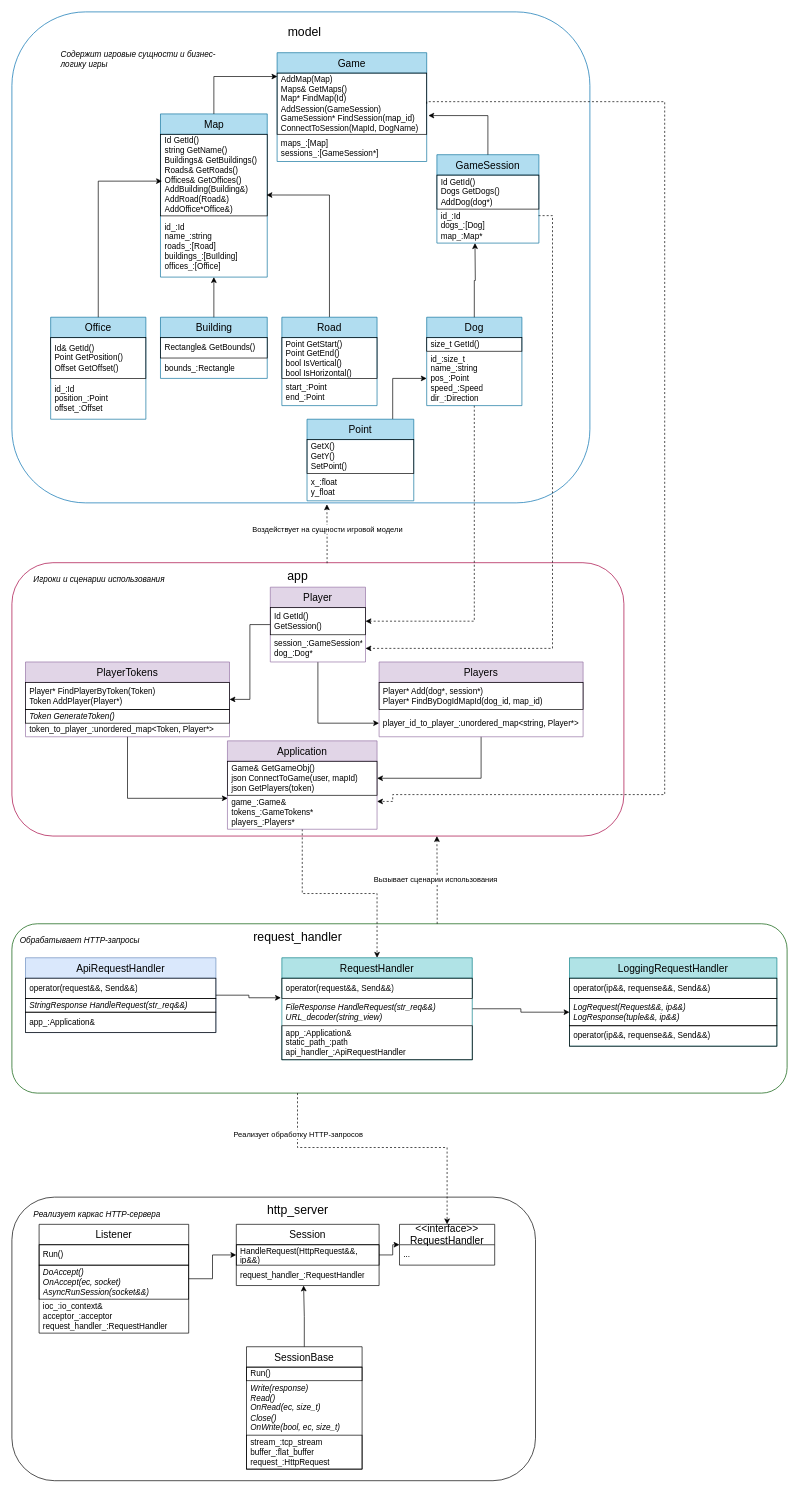
Above: myGame.drawio in Lest152/useful_code (draw.io), before the change. Source tidied: cells renumbered, new cells numbered last; positions are measured from the earlier drawing's top-left corner, leaving out a move shared by most shapes. Both pictures are drawn from the tidied source at 68%, with x=0, y=0 at pixel (12, 12).
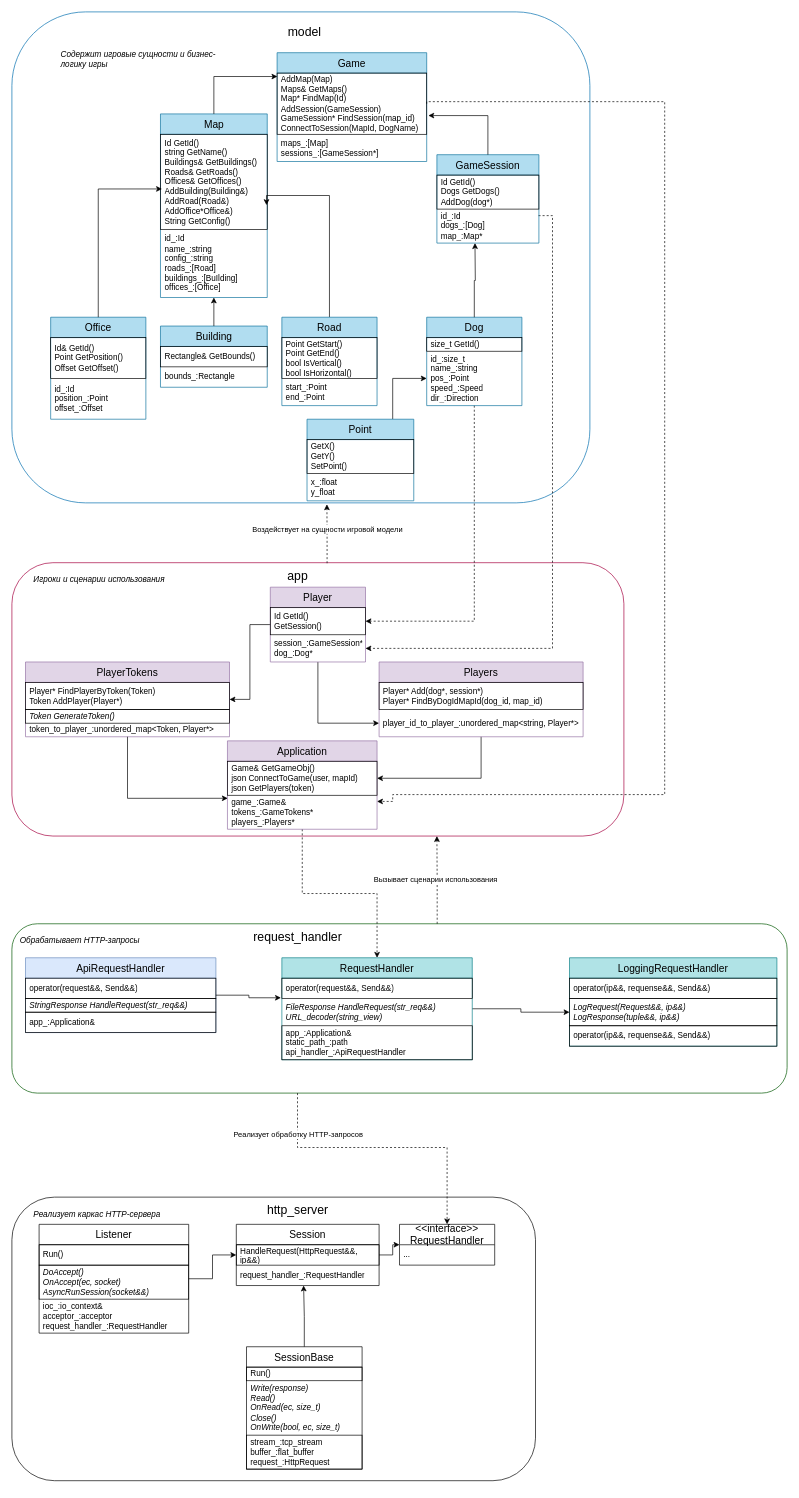
The same page after the edit.

What changed in the source:
```diff
@@
     <mxCell id="7" value="&lt;font style=&quot;font-size: 15px;&quot;&gt;Map&lt;/font&gt;" style="swimlane;fontStyle=0;horizontal=1;startSize=30;whiteSpace=wrap;html=1;fillColor=#b1ddf0;strokeColor=#10739e;" parent="1" vertex="1">
-      <mxGeometry x="218.5" y="150" width="157" height="240" as="geometry" />
+      <mxGeometry x="218.5" y="150" width="157" height="270" as="geometry" />
     </mxCell>
-    <mxCell id="8" value="Id GetId()&lt;br&gt;string GetName()&lt;br&gt;Buildings&amp;amp; GetBuildings()&lt;br&gt;Roads&amp;amp; GetRoads()&lt;br&gt;Offices&amp;amp; GetOffices()&lt;br&gt;AddBuilding(Building&amp;amp;)&lt;br&gt;AddRoad(Road&amp;amp;)&lt;br&gt;AddOffice*Office&amp;amp;)" style="text;strokeColor=default;fillColor=none;align=left;verticalAlign=middle;spacingLeft=4;spacingRight=4;overflow=hidden;points=[[0,0.5],[1,0.5]];portConstraint=eastwest;whiteSpace=wrap;html=1;" parent="7" vertex="1">
-      <mxGeometry y="30" width="157" height="120" as="geometry" />
+    <mxCell id="8" value="Id GetId()&lt;br&gt;string GetName()&lt;br&gt;Buildings&amp;amp; GetBuildings()&lt;br&gt;Roads&amp;amp; GetRoads()&lt;br&gt;Offices&amp;amp; GetOffices()&lt;br&gt;AddBuilding(Building&amp;amp;)&lt;br&gt;AddRoad(Road&amp;amp;)&lt;br&gt;AddOffice*Office&amp;amp;)&lt;br&gt;String GetConfig()" style="text;strokeColor=default;fillColor=none;align=left;verticalAlign=middle;spacingLeft=4;spacingRight=4;overflow=hidden;points=[[0,0.5],[1,0.5]];portConstraint=eastwest;whiteSpace=wrap;html=1;" parent="7" vertex="1">
+      <mxGeometry y="30" width="157" height="140" as="geometry" />
     </mxCell>
-    <mxCell id="9" value="id_:Id&lt;br&gt;name_:string&lt;br&gt;roads_:[Road]&lt;br&gt;buildings_:[BuIlding]&lt;br&gt;offices_:[Office]" style="text;strokeColor=none;fillColor=none;align=left;verticalAlign=middle;spacingLeft=4;spacingRight=4;overflow=hidden;whiteSpace=wrap;html=1;" parent="7" vertex="1">
-      <mxGeometry y="150" width="157" height="90" as="geometry" />
+    <mxCell id="9" value="id_:Id&lt;br&gt;name_:string&lt;br&gt;config_:string&lt;br&gt;roads_:[Road]&lt;br&gt;buildings_:[BuIlding]&lt;br&gt;offices_:[Office]" style="text;strokeColor=none;fillColor=none;align=left;verticalAlign=middle;spacingLeft=4;spacingRight=4;overflow=hidden;whiteSpace=wrap;html=1;" parent="7" vertex="1">
+      <mxGeometry y="170" width="157" height="100" as="geometry" />
     </mxCell>
@@
     <mxCell id="60" value="&lt;font style=&quot;font-size: 15px;&quot;&gt;Building&lt;/font&gt;" style="swimlane;fontStyle=0;horizontal=1;startSize=30;whiteSpace=wrap;html=1;fillColor=#b1ddf0;strokeColor=#10739e;" parent="1" vertex="1">
-      <mxGeometry x="218.5" y="449" width="157" height="90" as="geometry" />
+      <mxGeometry x="218.5" y="462" width="157" height="90" as="geometry" />
     </mxCell>
```
